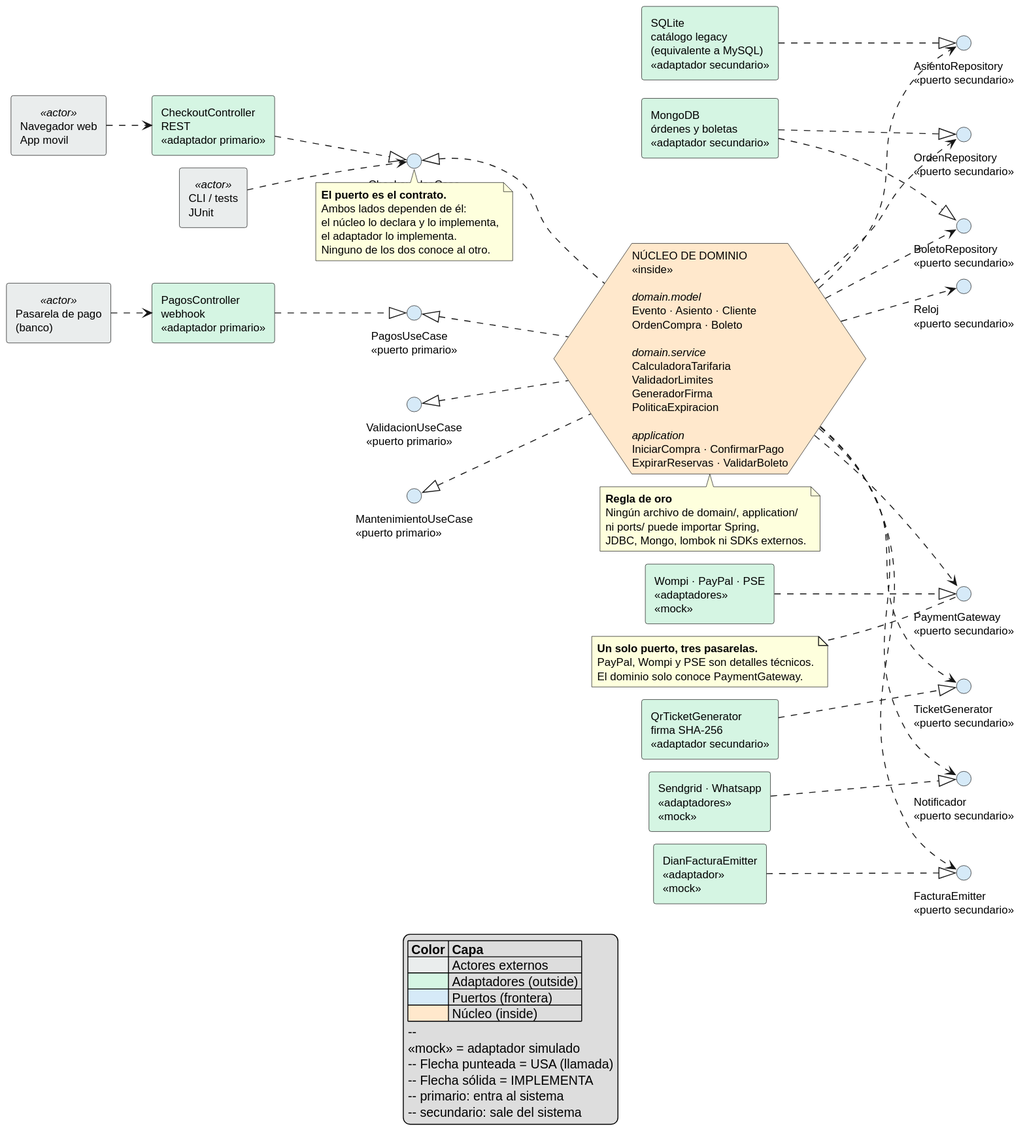
darman-prog/StagePassLiveEvent-ConcertPlatform keeps this PlantUML diagram as Docs/diagramas/svg/arquitectura.svg. Above is the earlier version. Source of this version:
```plantuml
@startuml

left to right direction

skinparam classAttributeIconSize 0
skinparam shadowing false
skinparam ArrowFontSize 10
skinparam classFontSize 12
skinparam nodesep 14
skinparam ranksep 45
skinparam defaultFontSize 12

rectangle "Navegador web\nApp movil" as Web <<actor>> #EAEDED
rectangle "Pasarela de pago\n(banco)" as Banco <<actor>> #EAEDED
rectangle "CLI / tests\nJUnit" as Cli <<actor>> #EAEDED

rectangle "CheckoutController\nREST\n<<adaptador primario>>" as C1 #D5F5E3
rectangle "PagosController\nwebhook\n<<adaptador primario>>" as C2 #D5F5E3

interface "CheckoutUseCase\n<<puerto primario>>" as P1 #D6EAF8
interface "PagosUseCase\n<<puerto primario>>" as P2 #D6EAF8
interface "ValidacionUseCase\n<<puerto primario>>" as P3 #D6EAF8
interface "MantenimientoUseCase\n<<puerto primario>>" as P4 #D6EAF8

hexagon "NÚCLEO DE DOMINIO\n<<inside>>\n\n<i>domain.model</i>\nEvento · Asiento · Cliente\nOrdenCompra · Boleto\n\n<i>domain.service</i>\nCalculadoraTarifaria\nValidadorLimites\nGeneradorFirma\nPoliticaExpiracion\n\n<i>application</i>\nIniciarCompra · ConfirmarPago\nExpirarReservas · ValidarBoleto" as Core #FFE8CC

interface "AsientoRepository\n<<puerto secundario>>" as S1 #D6EAF8
interface "OrdenRepository\n<<puerto secundario>>" as S2 #D6EAF8
interface "BoletoRepository\n<<puerto secundario>>" as S3 #D6EAF8
interface "Reloj\n<<puerto secundario>>" as S8 #D6EAF8
interface "PaymentGateway\n<<puerto secundario>>" as S4 #D6EAF8
interface "TicketGenerator\n<<puerto secundario>>" as S5 #D6EAF8
interface "Notificador\n<<puerto secundario>>" as S6 #D6EAF8
interface "FacturaEmitter\n<<puerto secundario>>" as S7 #D6EAF8

rectangle "SQLite\ncatálogo legacy\n(equivalente a MySQL)\n<<adaptador secundario>>" as A1 #D5F5E3
rectangle "MongoDB\nórdenes y boletas\n<<adaptador secundario>>" as A2 #D5F5E3
rectangle "QrTicketGenerator\nfirma SHA-256\n<<adaptador secundario>>" as A4 #D5F5E3
rectangle "Wompi · PayPal · PSE\n<<adaptadores>>\n<<mock>>" as A3 #D5F5E3
rectangle "Sendgrid · Whatsapp\n<<adaptadores>>\n<<mock>>" as A5 #D5F5E3
rectangle "DianFacturaEmitter\n<<adaptador>>\n<<mock>>" as A6 #D5F5E3
rectangle "SistemaReloj\nSystemClock\n<<adaptador secundario>>" as A8 #D5F5E3

Web ..> C1
Banco ..> C2
Cli ..> P1

C1 ..|> P1
C2 ..|> P2

P1 <|.. Core
P2 <|.. Core
P3 <|.. Core
P4 <|.. Core

Core ..> S1
Core ..> S2
Core ..> S3
Core ..> S8
Core ..> S4
Core ..> S5
Core ..> S6
Core ..> S7

A1 ..|> S1
A2 ..|> S2
A2 ..|> S3
A8 ..|> S8
hide A8

A4 ..|> S5
A3 ..|> S4
A5 ..|> S6
A6 ..|> S7
A8 ..|> S8

note bottom of Core
  <b>Regla de oro</b>
  Ningún archivo de domain/, application/
  ni ports/ puede importar Spring,
  JDBC, Mongo, lombok ni SDKs externos.
end note

note bottom of P1
  <b>El puerto es el contrato.</b>
  Ambos lados dependen de él:
  el núcleo lo declara y lo implementa,
  el adaptador lo implementa.
  Ninguno de los dos conoce al otro.
end note

note left of S4
  <b>Un solo puerto, tres pasarelas.</b>
  PayPal, Wompi y PSE son detalles técnicos.
  El dominio solo conoce PaymentGateway.
end note

legend bottom
  |= Color |= Capa |
  | <#EAEDED> | Actores externos |
  | <#D5F5E3> | Adaptadores (outside) |
  | <#D6EAF8> | Puertos (frontera) |
  | <#FFE8CC> | Núcleo (inside) |
  --
  <<mock>> = adaptador simulado
  -- Flecha punteada = USA (llamada)
  -- Flecha sólida = IMPLEMENTA
  -- primario: entra al sistema
  -- secundario: sale del sistema
endlegend
@enduml
```
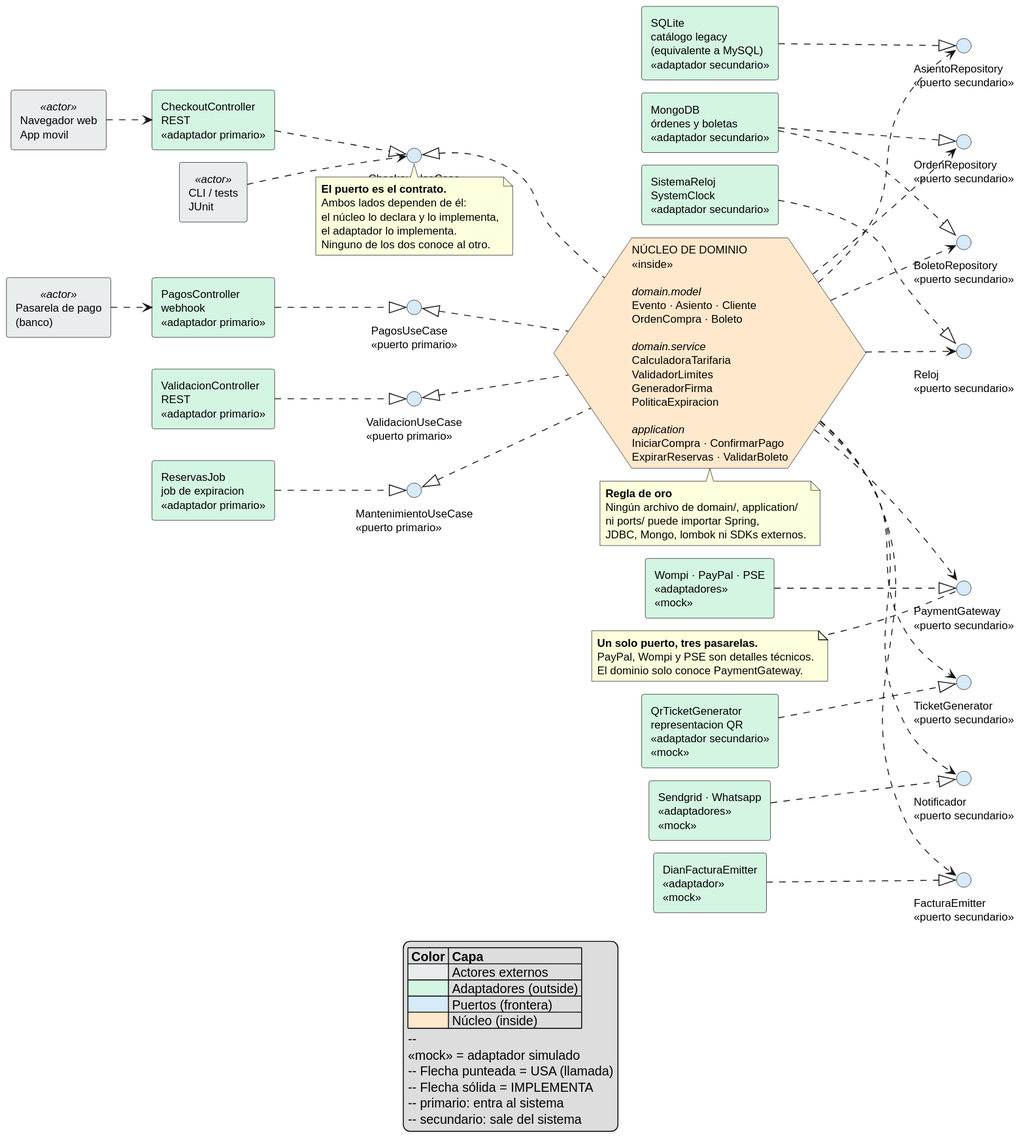
After the change.

The edit, as a diff of the source:
```diff
@@ -16,6 +16,8 @@
 
 rectangle "CheckoutController\nREST\n<<adaptador primario>>" as C1 #D5F5E3
 rectangle "PagosController\nwebhook\n<<adaptador primario>>" as C2 #D5F5E3
+rectangle "ValidacionController\nREST\n<<adaptador primario>>" as C3 #D5F5E3
+rectangle "ReservasJob\njob de expiracion\n<<adaptador primario>>" as C4 #D5F5E3
 
 interface "CheckoutUseCase\n<<puerto primario>>" as P1 #D6EAF8
 interface "PagosUseCase\n<<puerto primario>>" as P2 #D6EAF8
@@ -35,7 +37,7 @@
 
 rectangle "SQLite\ncatálogo legacy\n(equivalente a MySQL)\n<<adaptador secundario>>" as A1 #D5F5E3
 rectangle "MongoDB\nórdenes y boletas\n<<adaptador secundario>>" as A2 #D5F5E3
-rectangle "QrTicketGenerator\nfirma SHA-256\n<<adaptador secundario>>" as A4 #D5F5E3
+rectangle "QrTicketGenerator\nrepresentacion QR\n<<adaptador secundario>>\n<<mock>>" as A4 #D5F5E3
 rectangle "Wompi · PayPal · PSE\n<<adaptadores>>\n<<mock>>" as A3 #D5F5E3
 rectangle "Sendgrid · Whatsapp\n<<adaptadores>>\n<<mock>>" as A5 #D5F5E3
 rectangle "DianFacturaEmitter\n<<adaptador>>\n<<mock>>" as A6 #D5F5E3
@@ -47,6 +49,8 @@
 
 C1 ..|> P1
 C2 ..|> P2
+C3 ..|> P3
+C4 ..|> P4
 
 P1 <|.. Core
 P2 <|.. Core
@@ -66,13 +70,10 @@
 A2 ..|> S2
 A2 ..|> S3
 A8 ..|> S8
-hide A8
-
 A4 ..|> S5
 A3 ..|> S4
 A5 ..|> S6
 A6 ..|> S7
-A8 ..|> S8
 
 note bottom of Core
   <b>Regla de oro</b>
```
